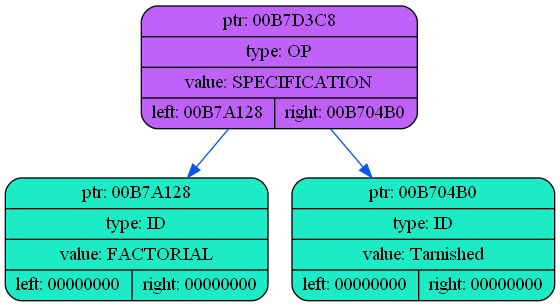
coffee8cat/Elden-language keeps this Graphviz diagram as dump/dump1.png. Above is the earlier version. Its source is kept beside it as dump/dump1.dot. The source it was exported from:
```dot
digraph
{
    rankdir=TP

        node00B7D3C8[shape=record,style="rounded,filled",fillcolor="#BF62FC",label="{ ptr: 00B7D3C8 | type: OP | value: SPECIFICATION| { left: 00B7A128 | right: 00B704B0 }}"];
    node00B7D3C8 -> node00B7A128[color="#0855F0"]
    node00B7A128[shape=record,style="rounded,filled",fillcolor="#1BECC5",label="{ ptr: 00B7A128 | type: ID | value: FACTORIAL| { left: 00000000 | right: 00000000 }}"];
    node00B7D3C8 -> node00B704B0[color="#0855F0"]
    node00B704B0[shape=record,style="rounded,filled",fillcolor="#1BECC5",label="{ ptr: 00B704B0 | type: ID | value: Tarnished| { left: 00000000 | right: 00000000 }}"];
}
```
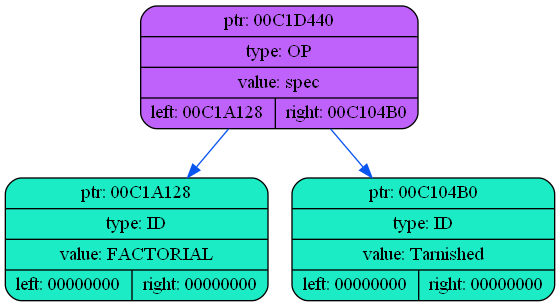
After the change.

Change to the diagram source:
```diff
@@ -2,9 +2,9 @@
 {
     rankdir=TP
 
-        node00B7D3C8[shape=record,style="rounded,filled",fillcolor="#BF62FC",label="{ ptr: 00B7D3C8 | type: OP | value: SPECIFICATION| { left: 00B7A128 | right: 00B704B0 }}"];
-    node00B7D3C8 -> node00B7A128[color="#0855F0"]
-    node00B7A128[shape=record,style="rounded,filled",fillcolor="#1BECC5",label="{ ptr: 00B7A128 | type: ID | value: FACTORIAL| { left: 00000000 | right: 00000000 }}"];
-    node00B7D3C8 -> node00B704B0[color="#0855F0"]
-    node00B704B0[shape=record,style="rounded,filled",fillcolor="#1BECC5",label="{ ptr: 00B704B0 | type: ID | value: Tarnished| { left: 00000000 | right: 00000000 }}"];
+        node00C1D440[shape=record,style="rounded,filled",fillcolor="#BF62FC",label="{ ptr: 00C1D440 | type: OP | value: spec| { left: 00C1A128 | right: 00C104B0 }}"];
+    node00C1D440 -> node00C1A128[color="#0855F0"]
+    node00C1A128[shape=record,style="rounded,filled",fillcolor="#1BECC5",label="{ ptr: 00C1A128 | type: ID | value: FACTORIAL| { left: 00000000 | right: 00000000 }}"];
+    node00C1D440 -> node00C104B0[color="#0855F0"]
+    node00C104B0[shape=record,style="rounded,filled",fillcolor="#1BECC5",label="{ ptr: 00C104B0 | type: ID | value: Tarnished| { left: 00000000 | right: 00000000 }}"];
 }
```
